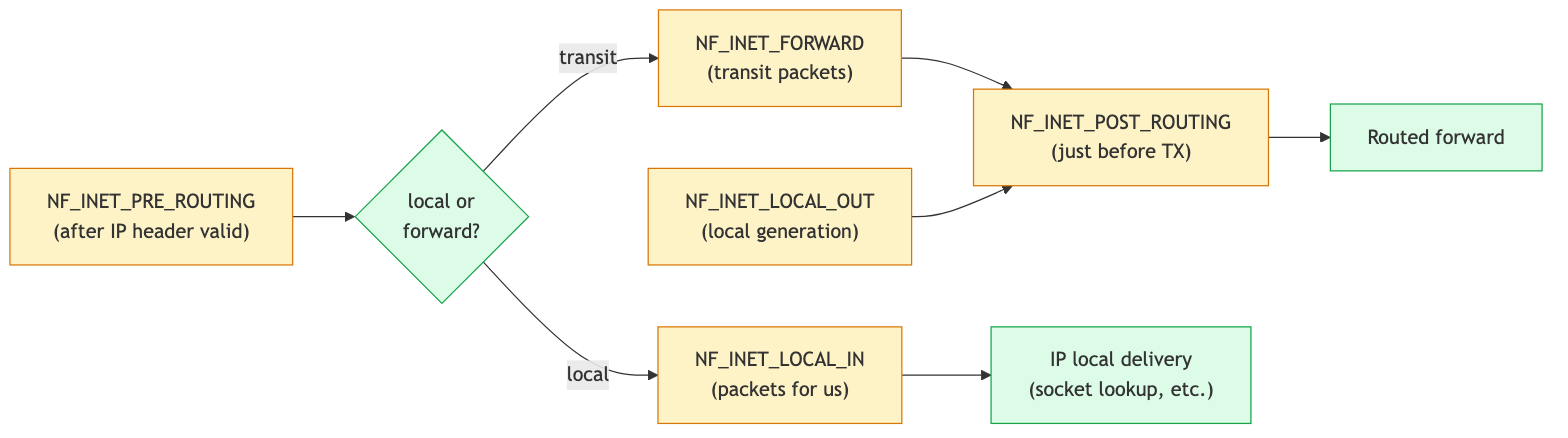
biefy/books keeps this Mermaid diagram as linux-net/src/diagrams/day20_nf_hooks.png. Above is the earlier version. Its source is kept beside it as linux-net/src/diagrams/src/day20_nf_hooks.mmd.
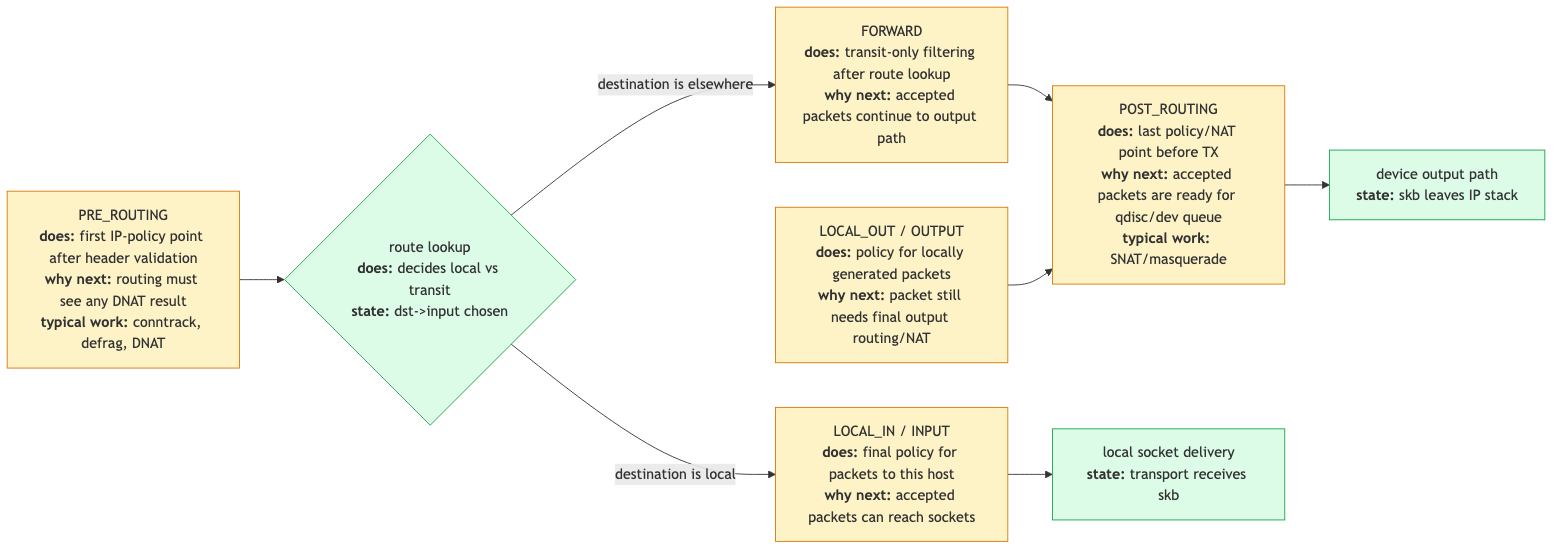
The same diagram one commit later.

Change to the diagram source:
```diff
@@ -1,20 +1,20 @@
 flowchart LR
-    PreRouting["NF_INET_PRE_ROUTING<br/>(after IP header valid)"]
-    Routing{"local or<br/>forward?"}
-    LocalIn["NF_INET_LOCAL_IN<br/>(packets for us)"]
-    Forward["NF_INET_FORWARD<br/>(transit packets)"]
-    LocalOut["NF_INET_LOCAL_OUT<br/>(local generation)"]
-    PostRouting["NF_INET_POST_ROUTING<br/>(just before TX)"]
+    PreRouting["PRE_ROUTING<br/><b>does:</b> first IP-policy point after header validation<br/><b>why next:</b> routing must see any DNAT result<br/><b>typical work:</b> conntrack, defrag, DNAT"]
+    Routing{"route lookup<br/><b>does:</b> decides local vs transit<br/><b>state:</b> dst->input chosen"}
+    LocalIn["LOCAL_IN / INPUT<br/><b>does:</b> final policy for packets to this host<br/><b>why next:</b> accepted packets can reach sockets"]
+    Forward["FORWARD<br/><b>does:</b> transit-only filtering after route lookup<br/><b>why next:</b> accepted packets continue to output path"]
+    LocalOut["LOCAL_OUT / OUTPUT<br/><b>does:</b> policy for locally generated packets<br/><b>why next:</b> packet still needs final output routing/NAT"]
+    PostRouting["POST_ROUTING<br/><b>does:</b> last policy/NAT point before TX<br/><b>why next:</b> accepted packets are ready for qdisc/dev queue<br/><b>typical work:</b> SNAT/masquerade"]
 
-    Stack["IP local delivery<br/>(socket lookup, etc.)"]
-    Out["Routed forward"]
+    Stack["local socket delivery<br/><b>state:</b> transport receives skb"]
+    Tx["device output path<br/><b>state:</b> skb leaves IP stack"]
 
     PreRouting --> Routing
-    Routing -->|local| LocalIn --> Stack
-    Routing -->|transit| Forward --> PostRouting --> Out
+    Routing -->|destination is local| LocalIn --> Stack
+    Routing -->|destination is elsewhere| Forward --> PostRouting --> Tx
     LocalOut --> PostRouting
 
     classDef nf fill:#fef3c7,stroke:#d97706
     classDef path fill:#dcfce7,stroke:#16a34a
     class PreRouting,LocalIn,Forward,LocalOut,PostRouting nf
-    class Stack,Out,Routing path
+    class Stack,Tx,Routing path
```
